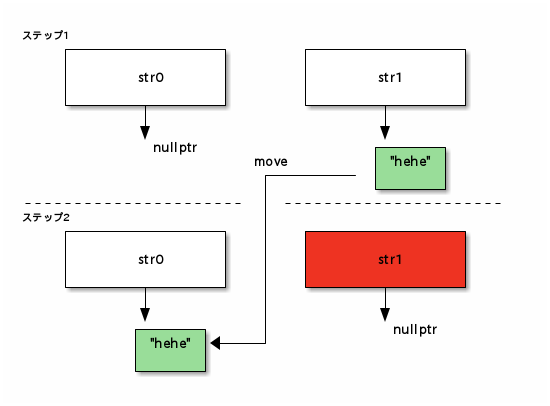
ichiroprogrammer/deep_cpp keeps this PlantUML diagram as plant_uml/rvalue_from_move.png. Above is the earlier version. Its source is kept beside it as plant_uml/rvalue_from_move.pu. Its diagram source:
```plantuml
@startditaa
ステップ1
    +---------------+       +---------------+
    |               |       |               |
    |      str0     |       |      str1     |
    |               |       |               |
    +-------+-------+       +-------+-------+
            |                       |
            V                       V
            nullptr                +------+
                       move        |"hehe"|
                        +--------- | cGRE |
                        |          +------+
-=--------------------- | -=---------------------
ステップ2                   |
    +---------------+   |   +---------------+
    |               |   |   |               |
    |      str0     |   |   |      str1     |
    |               |   |   |           cRED|
    +-------+-------+   |   +-------+-------+
            |           |           |
            V           |           V
           +------+     |           nullptr
           |"hehe"|<----+
           | cGRE |
           +------+
@endditaa
```
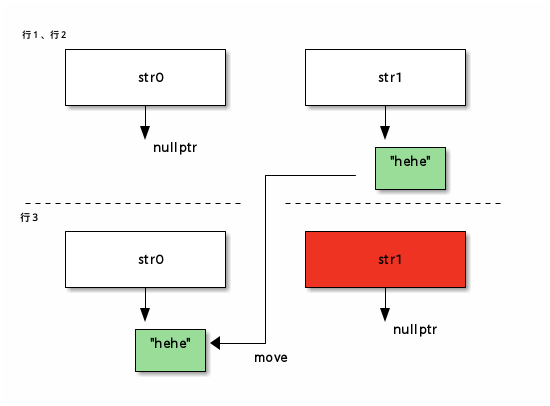
Above is the later version.

Change to the diagram source:
```diff
@@ -1,5 +1,5 @@
 @startditaa
-ステップ1
+行１、行２
     +---------------+       +---------------+
     |               |       |               |
     |      str0     |       |      str1     |
@@ -8,11 +8,11 @@
             |                       |
             V                       V
             nullptr                +------+
-                       move        |"hehe"|
+                                   |"hehe"|
                         +--------- | cGRE |
                         |          +------+
 -=--------------------- | -=---------------------
-ステップ2                   |
+行３                      |
     +---------------+   |   +---------------+
     |               |   |   |               |
     |      str0     |   |   |      str1     |
@@ -22,6 +22,6 @@
             V           |           V
            +------+     |           nullptr
            |"hehe"|<----+
-           | cGRE |
+           | cGRE |    move
            +------+
 @endditaa
```
